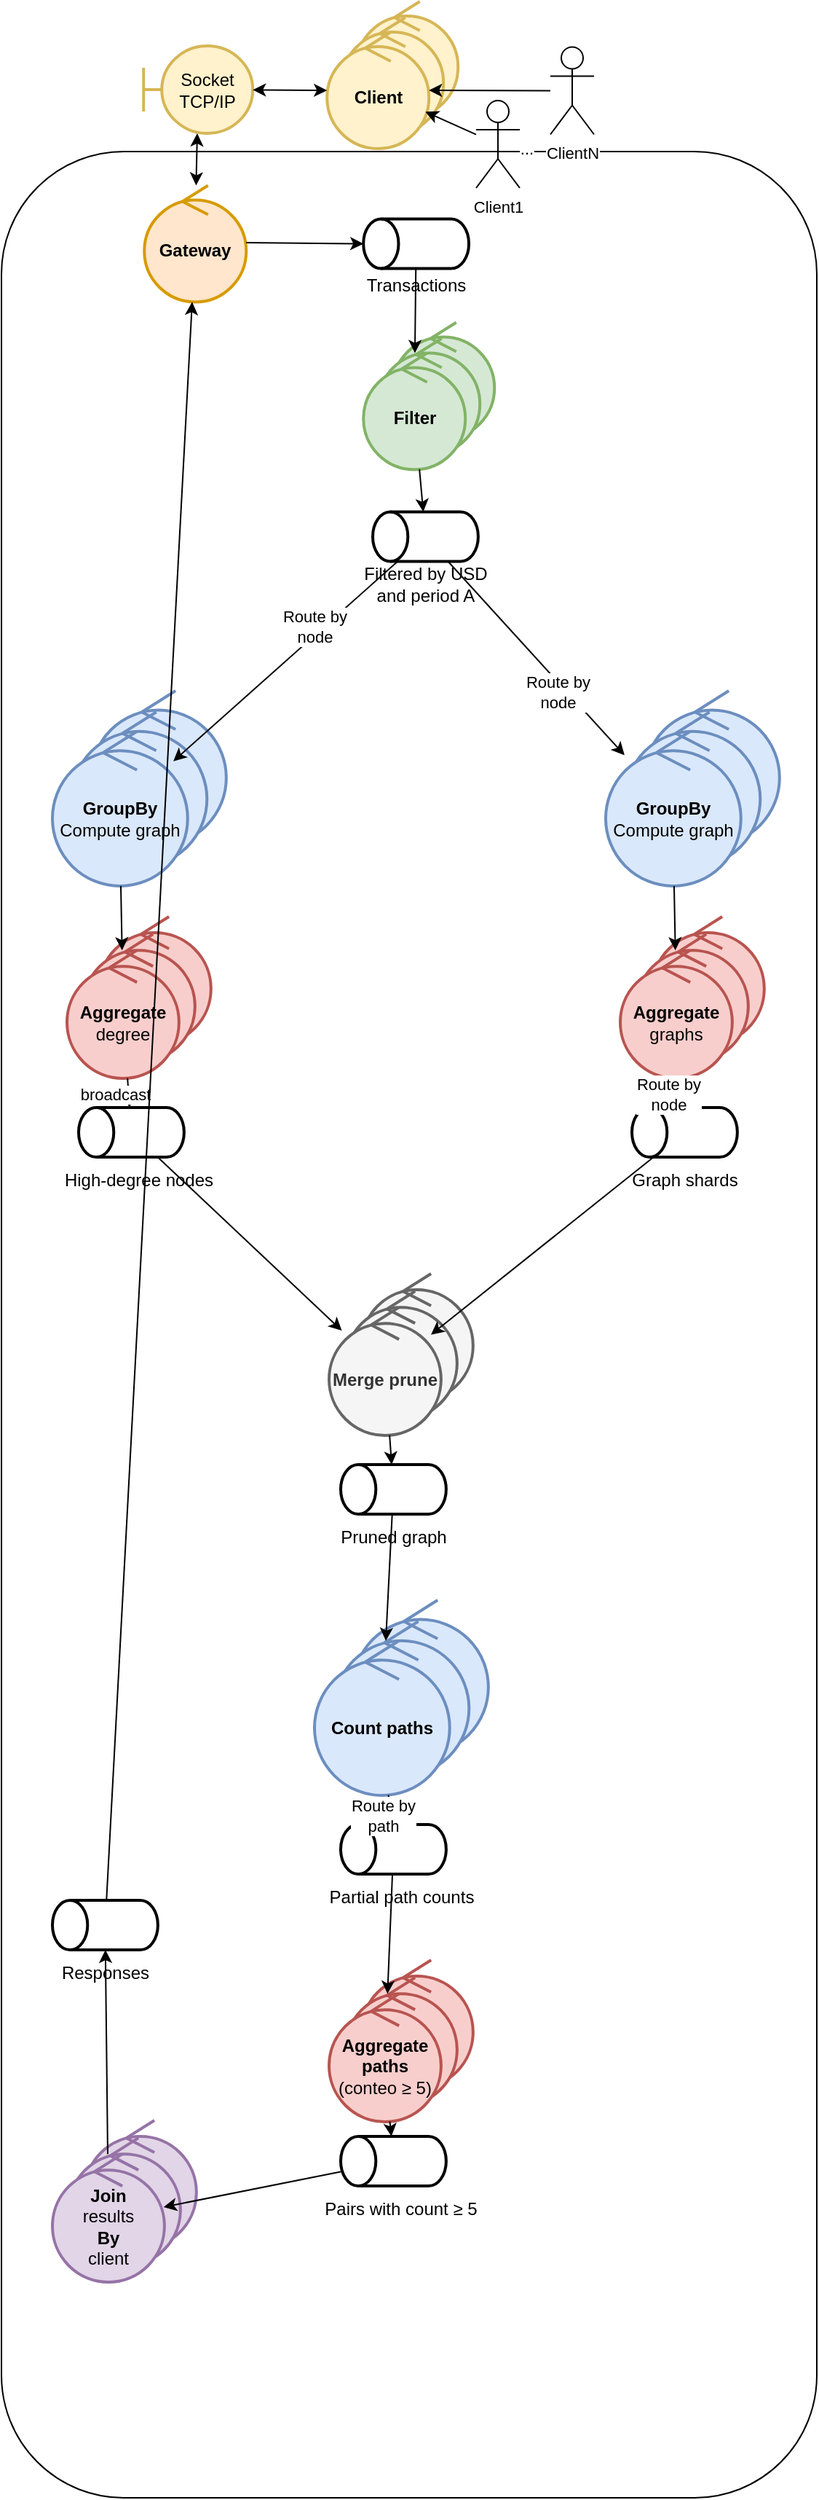
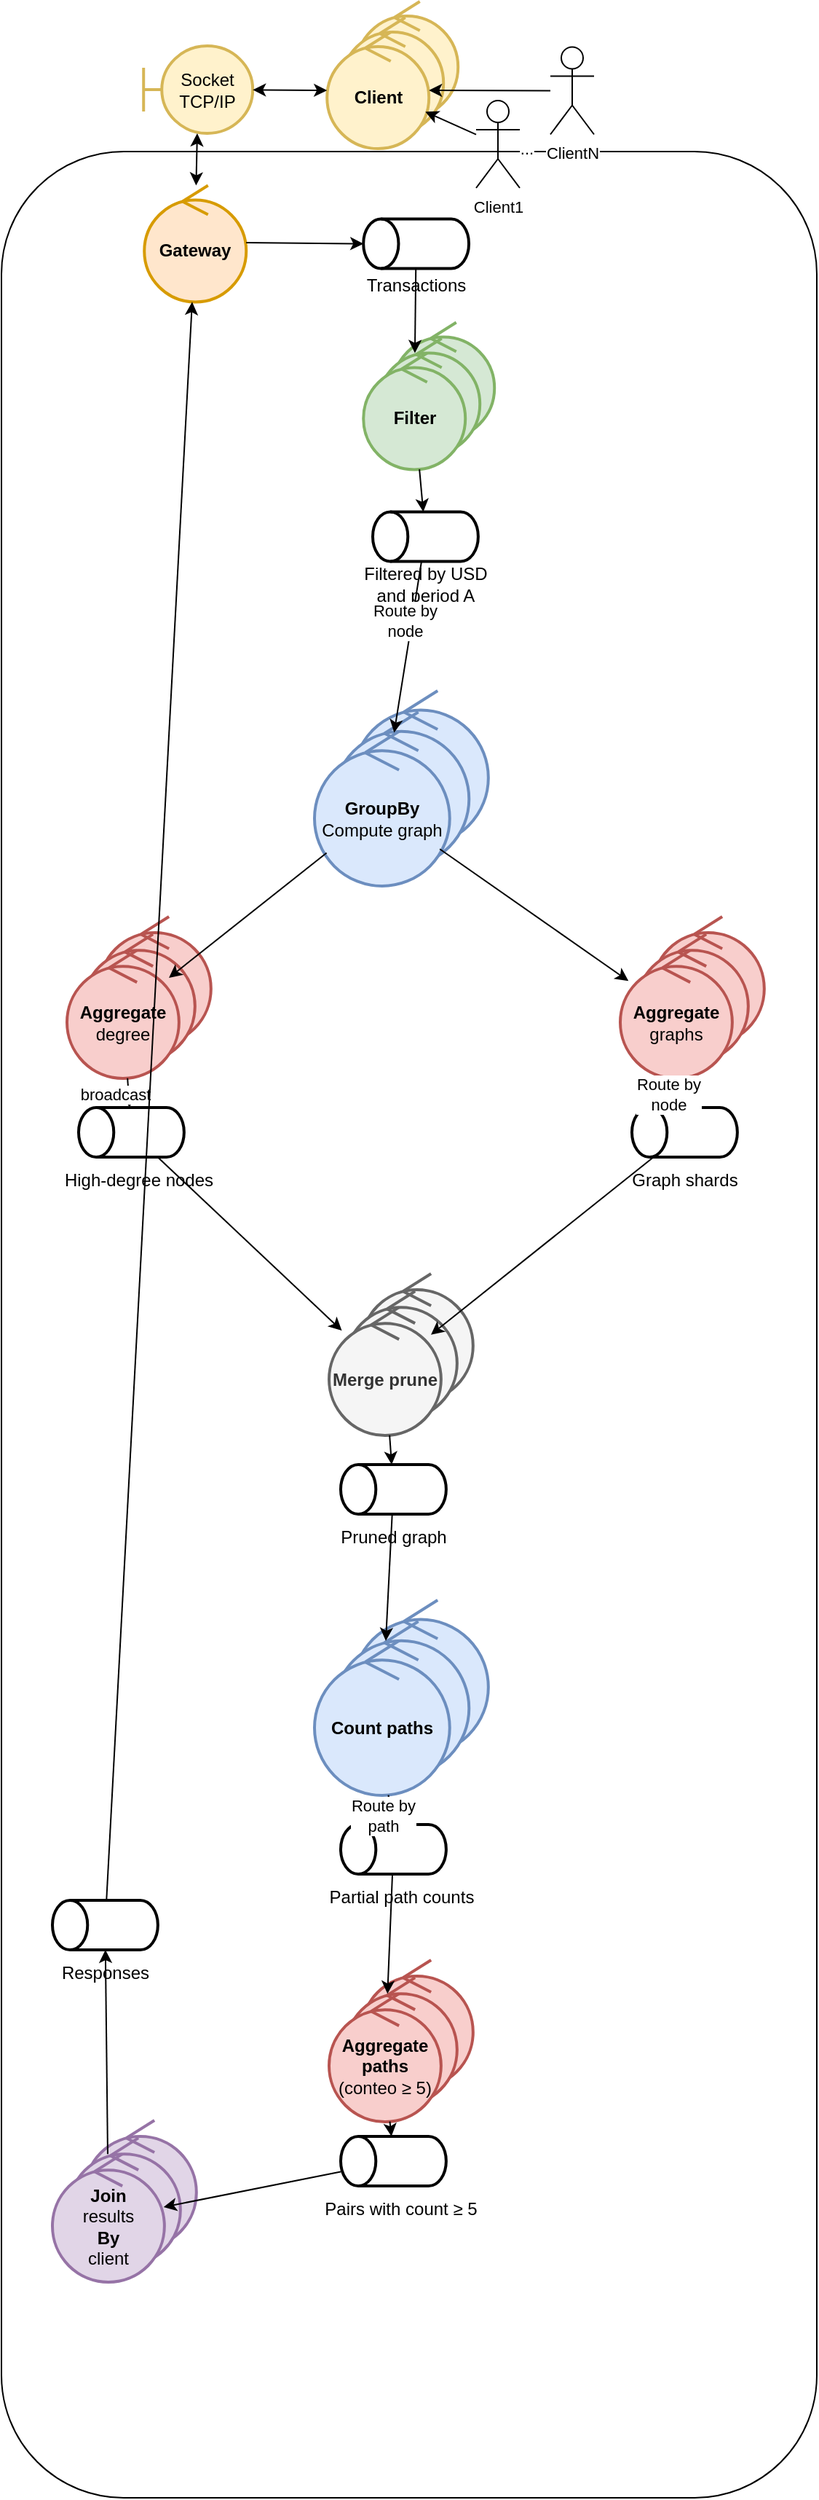
<mxfile host="Electron" version="29.6.1">
  <diagram name="cluster-15" id="cluster-15">
    <mxGraphModel dx="-2990" dy="4608" grid="1" gridSize="10" guides="1" tooltips="1" connect="1" arrows="1" fold="1" page="0" pageScale="1" pageWidth="850" pageHeight="1100" math="0" shadow="0">
      <root>
        <mxCell id="0" />
        <mxCell id="1" parent="0" />


        <mxCell id="m3lEM9vwjJh2p-cHX_Ol-1" parent="1" style="rounded=1;whiteSpace=wrap;html=1;fontFamily=Helvetica;fontSize=11;fontColor=default;labelBackgroundColor=default;fillColor=none;" value="" vertex="1">
          <mxGeometry height="1610" width="560" x="20.00" y="123.00" as="geometry" />
        </mxCell>


        <mxCell id="m3lEM9vwjJh2p-cHX_Ol-491" parent="1" style="shape=umlActor;verticalLabelPosition=bottom;verticalAlign=top;html=1;outlineConnect=0;fontFamily=Helvetica;fontSize=11;fontColor=default;labelBackgroundColor=default;" value="ClientN" vertex="1">
          <mxGeometry height="60" width="30" x="397.00" y="51.25" as="geometry" />
        </mxCell>
        <mxCell id="m3lEM9vwjJh2p-cHX_Ol-492" parent="1" style="shape=umlActor;verticalLabelPosition=bottom;verticalAlign=top;html=1;outlineConnect=0;fontFamily=Helvetica;fontSize=11;fontColor=default;labelBackgroundColor=default;" value="Client1" vertex="1">
          <mxGeometry height="60" width="30" x="346.00" y="88.00" as="geometry" />
        </mxCell>
        <mxCell id="m3lEM9vwjJh2p-cHX_Ol-493" parent="1" style="text;html=1;whiteSpace=wrap;strokeColor=none;fillColor=none;align=center;verticalAlign=middle;rounded=0;fontFamily=Helvetica;fontSize=11;fontColor=default;labelBackgroundColor=default;" value="..." vertex="1">
          <mxGeometry height="30" width="60" x="351.00" y="106.25" as="geometry" />
        </mxCell>


        <mxCell id="m3lEM9vwjJh2p-cHX_Ol-495" connectable="0" parent="1" style="group;strokeWidth=2;" value="" vertex="1">
          <mxGeometry height="101" width="90" x="243.61" y="20.00" as="geometry" />
        </mxCell>
        <mxCell id="m3lEM9vwjJh2p-cHX_Ol-496" parent="m3lEM9vwjJh2p-cHX_Ol-495" style="ellipse;shape=umlControl;whiteSpace=wrap;html=1;strokeWidth=2;fillColor=#fff2cc;strokeColor=#d6b656;" value="" vertex="1">
          <mxGeometry height="80" width="70" x="20" as="geometry" />
        </mxCell>
        <mxCell id="m3lEM9vwjJh2p-cHX_Ol-497" parent="m3lEM9vwjJh2p-cHX_Ol-495" style="ellipse;shape=umlControl;whiteSpace=wrap;html=1;strokeWidth=2;fillColor=#fff2cc;strokeColor=#d6b656;" value="" vertex="1">
          <mxGeometry height="80" width="70" x="10" y="11" as="geometry" />
        </mxCell>
        <mxCell id="m3lEM9vwjJh2p-cHX_Ol-498" parent="m3lEM9vwjJh2p-cHX_Ol-495" style="ellipse;shape=umlControl;whiteSpace=wrap;html=1;strokeWidth=2;fillColor=#fff2cc;strokeColor=#d6b656;" value="&lt;b&gt;Client&lt;/b&gt;" vertex="1">
          <mxGeometry height="80" width="70" y="21" as="geometry" />
        </mxCell>


        <mxCell id="m3lEM9vwjJh2p-cHX_Ol-499" edge="1" parent="1" source="m3lEM9vwjJh2p-cHX_Ol-491" target="m3lEM9vwjJh2p-cHX_Ol-498" style="shape=connector;rounded=0;orthogonalLoop=1;jettySize=auto;html=1;strokeColor=default;align=center;verticalAlign=middle;fontFamily=Helvetica;fontSize=11;fontColor=default;labelBackgroundColor=default;endArrow=classic;">
          <mxGeometry relative="1" as="geometry" />
        </mxCell>

        <mxCell id="m3lEM9vwjJh2p-cHX_Ol-500" edge="1" parent="1" source="m3lEM9vwjJh2p-cHX_Ol-492" target="m3lEM9vwjJh2p-cHX_Ol-498" style="shape=connector;rounded=0;orthogonalLoop=1;jettySize=auto;html=1;strokeColor=default;align=center;verticalAlign=middle;fontFamily=Helvetica;fontSize=11;fontColor=default;labelBackgroundColor=default;endArrow=classic;">
          <mxGeometry relative="1" as="geometry" />
        </mxCell>


        <mxCell id="m3lEM9vwjJh2p-cHX_Ol-436" parent="1" style="shape=umlBoundary;whiteSpace=wrap;html=1;strokeWidth=2;fillColor=#fff2cc;strokeColor=#d6b656;" value="Socket&lt;div&gt;TCP/IP&lt;/div&gt;" vertex="1">
          <mxGeometry height="60" width="75" x="117.61" y="50.50" as="geometry" />
        </mxCell>


        <mxCell id="m3lEM9vwjJh2p-cHX_Ol-494" edge="1" parent="1" source="m3lEM9vwjJh2p-cHX_Ol-498" target="m3lEM9vwjJh2p-cHX_Ol-436" style="shape=connector;rounded=0;orthogonalLoop=1;jettySize=auto;html=1;strokeColor=default;align=center;verticalAlign=middle;fontFamily=Helvetica;fontSize=11;fontColor=default;labelBackgroundColor=default;endArrow=classic;startArrow=classic;startFill=1;">
          <mxGeometry relative="1" as="geometry" />
        </mxCell>


        <mxCell id="m3lEM9vwjJh2p-cHX_Ol-438" parent="1" style="ellipse;shape=umlControl;whiteSpace=wrap;html=1;strokeWidth=2;fillColor=#ffe6cc;strokeColor=#d79b00;" value="&lt;b&gt;Gateway&lt;/b&gt;" vertex="1">
          <mxGeometry height="80" width="70" x="118.12" y="146.25" as="geometry" />
        </mxCell>


        <mxCell id="m3lEM9vwjJh2p-cHX_Ol-435" edge="1" parent="1" source="m3lEM9vwjJh2p-cHX_Ol-436" target="m3lEM9vwjJh2p-cHX_Ol-438" style="shape=connector;rounded=0;orthogonalLoop=1;jettySize=auto;html=1;strokeColor=default;align=center;verticalAlign=middle;fontFamily=Helvetica;fontSize=11;fontColor=default;labelBackgroundColor=default;endArrow=classic;startArrow=classic;startFill=1;">
          <mxGeometry relative="1" as="geometry" />
        </mxCell>


        <mxCell id="m3lEM9vwjJh2p-cHX_Ol-444" connectable="0" parent="1" style="group;strokeWidth=2;" value="" vertex="1">
          <mxGeometry height="61" width="72.43000000000006" x="268.59" y="169.25" as="geometry" />
        </mxCell>
        <mxCell id="m3lEM9vwjJh2p-cHX_Ol-445" parent="m3lEM9vwjJh2p-cHX_Ol-444" style="strokeWidth=2;html=1;shape=mxgraph.flowchart.database;whiteSpace=wrap;rotation=-90;" value="" vertex="1">
          <mxGeometry height="72.43" width="34" x="19.215000000000032" y="-19.215000000000032" as="geometry" />
        </mxCell>
        <mxCell id="m3lEM9vwjJh2p-cHX_Ol-446" parent="m3lEM9vwjJh2p-cHX_Ol-444" style="text;html=1;whiteSpace=wrap;strokeColor=none;fillColor=none;align=center;verticalAlign=middle;rounded=0;fontFamily=Helvetica;fontSize=12;fontColor=default;labelBackgroundColor=default;strokeWidth=2;" value="Transactions" vertex="1">
          <mxGeometry height="30" width="60" x="6.220000000000027" y="31" as="geometry" />
        </mxCell>


        <mxCell id="m3lEM9vwjJh2p-cHX_Ol-437" edge="1" parent="1" source="m3lEM9vwjJh2p-cHX_Ol-438" target="m3lEM9vwjJh2p-cHX_Ol-445" style="edgeStyle=none;shape=connector;rounded=0;orthogonalLoop=1;jettySize=auto;html=1;strokeColor=default;align=center;verticalAlign=middle;fontFamily=Helvetica;fontSize=11;fontColor=default;labelBackgroundColor=default;endArrow=classic;">
          <mxGeometry relative="1" as="geometry" />
        </mxCell>


        <mxCell id="m3lEM9vwjJh2p-cHX_Ol-439" connectable="0" parent="1" style="group;strokeWidth=2;" value="" vertex="1">
          <mxGeometry height="101" width="90" x="268.61" y="240.25" as="geometry" />
        </mxCell>
        <mxCell id="m3lEM9vwjJh2p-cHX_Ol-440" parent="m3lEM9vwjJh2p-cHX_Ol-439" style="ellipse;shape=umlControl;whiteSpace=wrap;html=1;strokeWidth=2;fillColor=#d5e8d4;strokeColor=#82b366;" value="" vertex="1">
          <mxGeometry height="80" width="70" x="20" as="geometry" />
        </mxCell>
        <mxCell id="m3lEM9vwjJh2p-cHX_Ol-441" parent="m3lEM9vwjJh2p-cHX_Ol-439" style="ellipse;shape=umlControl;whiteSpace=wrap;html=1;strokeWidth=2;fillColor=#d5e8d4;strokeColor=#82b366;" value="" vertex="1">
          <mxGeometry height="80" width="70" x="10" y="11" as="geometry" />
        </mxCell>
        <mxCell id="m3lEM9vwjJh2p-cHX_Ol-442" parent="m3lEM9vwjJh2p-cHX_Ol-439" style="ellipse;shape=umlControl;whiteSpace=wrap;html=1;strokeWidth=2;fillColor=#d5e8d4;strokeColor=#82b366;" value="&lt;b&gt;Filter&lt;/b&gt;" vertex="1">
          <mxGeometry height="80" width="70" y="21" as="geometry" />
        </mxCell>


        <mxCell id="m3lEM9vwjJh2p-cHX_Ol-443" edge="1" parent="1" source="m3lEM9vwjJh2p-cHX_Ol-445" target="m3lEM9vwjJh2p-cHX_Ol-442" style="edgeStyle=none;shape=connector;rounded=0;orthogonalLoop=1;jettySize=auto;html=1;strokeColor=default;align=center;verticalAlign=middle;fontFamily=Helvetica;fontSize=11;fontColor=default;labelBackgroundColor=default;endArrow=classic;">
          <mxGeometry relative="1" as="geometry" />
        </mxCell>


        <mxCell id="m3lEM9vwjJh2p-cHX_Ol-453" connectable="0" parent="1" style="group;strokeWidth=2;" value="" vertex="1">
          <mxGeometry height="73" width="83.60999999999993" x="275.00" y="370.25" as="geometry" />
        </mxCell>
        <mxCell id="m3lEM9vwjJh2p-cHX_Ol-454" parent="m3lEM9vwjJh2p-cHX_Ol-453" style="strokeWidth=2;html=1;shape=mxgraph.flowchart.database;whiteSpace=wrap;rotation=-90;" value="" vertex="1">
          <mxGeometry height="72.43" width="34" x="19.215000000000032" y="-19.215000000000032" as="geometry" />
        </mxCell>
        <mxCell id="m3lEM9vwjJh2p-cHX_Ol-455" parent="m3lEM9vwjJh2p-cHX_Ol-453" style="text;html=1;whiteSpace=wrap;strokeColor=none;fillColor=none;align=center;verticalAlign=middle;rounded=0;fontFamily=Helvetica;fontSize=12;fontColor=default;labelBackgroundColor=default;strokeWidth=2;" value="Filtered by USD and period A" vertex="1">
          <mxGeometry height="30" width="94.78" x="-11.170000000000073" y="35" as="geometry" />
        </mxCell>


        <mxCell id="m3lEM9vwjJh2p-cHX_Ol-451" edge="1" parent="1" source="m3lEM9vwjJh2p-cHX_Ol-442" target="m3lEM9vwjJh2p-cHX_Ol-454" style="edgeStyle=none;shape=connector;rounded=0;orthogonalLoop=1;jettySize=auto;html=1;strokeColor=default;align=center;verticalAlign=middle;fontFamily=Helvetica;fontSize=11;fontColor=default;labelBackgroundColor=default;endArrow=classic;">
          <mxGeometry relative="1" as="geometry" />
        </mxCell>


        <mxCell id="rb4-gb-deg" connectable="0" parent="1" style="group" value="" vertex="1">
-           <mxGeometry height="134" width="119.41" x="55.00" y="493.00" as="geometry" />
+           <mxGeometry height="134" width="119.41" x="235.00" y="493.00" as="geometry" />
        </mxCell>
        <mxCell id="rb4-gb-deg-1" parent="rb4-gb-deg" style="ellipse;shape=umlControl;whiteSpace=wrap;html=1;strokeWidth=2;fillColor=#dae8fc;strokeColor=#6c8ebf;" value="" vertex="1">
          <mxGeometry height="106.13861386138612" width="92.87444444444438" x="26.535555555555554" as="geometry" />
        </mxCell>
        <mxCell id="rb4-gb-deg-2" parent="rb4-gb-deg" style="ellipse;shape=umlControl;whiteSpace=wrap;html=1;strokeWidth=2;fillColor=#dae8fc;strokeColor=#6c8ebf;" value="" vertex="1">
          <mxGeometry height="106.13861386138612" width="92.87444444444438" x="13.267777777777777" y="14.59405940594059" as="geometry" />
        </mxCell>
        <mxCell id="rb4-gb-deg-3" parent="rb4-gb-deg" style="ellipse;shape=umlControl;whiteSpace=wrap;html=1;strokeWidth=2;fillColor=#dae8fc;strokeColor=#6c8ebf;" value="&lt;b&gt;GroupBy&lt;/b&gt;&lt;div&gt;Compute graph&lt;/div&gt;" vertex="1">
          <mxGeometry height="106.13861386138612" width="92.87444444444438" y="27.86138613861387" as="geometry" />
        </mxCell>


-         <mxCell id="rb4-gb-grph" connectable="0" parent="1" style="group" value="" vertex="1">
-           <mxGeometry height="134" width="119.41" x="435.00" y="493.00" as="geometry" />
-         </mxCell>
-         <mxCell id="rb4-gb-grph-1" parent="rb4-gb-grph" style="ellipse;shape=umlControl;whiteSpace=wrap;html=1;strokeWidth=2;fillColor=#dae8fc;strokeColor=#6c8ebf;" value="" vertex="1">
-           <mxGeometry height="106.13861386138612" width="92.87444444444438" x="26.535555555555554" as="geometry" />
-         </mxCell>
-         <mxCell id="rb4-gb-grph-2" parent="rb4-gb-grph" style="ellipse;shape=umlControl;whiteSpace=wrap;html=1;strokeWidth=2;fillColor=#dae8fc;strokeColor=#6c8ebf;" value="" vertex="1">
-           <mxGeometry height="106.13861386138612" width="92.87444444444438" x="13.267777777777777" y="14.59405940594059" as="geometry" />
-         </mxCell>
-         <mxCell id="rb4-gb-grph-3" parent="rb4-gb-grph" style="ellipse;shape=umlControl;whiteSpace=wrap;html=1;strokeWidth=2;fillColor=#dae8fc;strokeColor=#6c8ebf;" value="&lt;b&gt;GroupBy&lt;/b&gt;&lt;div&gt;Compute graph&lt;/div&gt;" vertex="1">
-           <mxGeometry height="106.13861386138612" width="92.87444444444438" y="27.86138613861387" as="geometry" />
-         </mxCell>
- 
- 
        <mxCell id="rb4-e1" edge="1" parent="1" source="m3lEM9vwjJh2p-cHX_Ol-454" target="rb4-gb-deg-3" style="edgeStyle=none;shape=connector;rounded=0;orthogonalLoop=1;jettySize=auto;html=1;strokeColor=default;align=center;verticalAlign=middle;fontFamily=Helvetica;fontSize=11;fontColor=default;labelBackgroundColor=default;endArrow=classic;">
          <mxGeometry relative="1" as="geometry" />
        </mxCell>
        <mxCell id="rb4-e1-lbl" connectable="0" parent="rb4-e1" style="edgeLabel;html=1;align=center;verticalAlign=middle;resizable=0;points=[];fontFamily=Helvetica;fontSize=11;fontColor=default;labelBackgroundColor=default;" value="Route by&lt;div&gt;node&lt;/div&gt;" vertex="1">
          <mxGeometry relative="1" x="-0.3" y="-5" as="geometry"><mxPoint as="offset" /></mxGeometry>
        </mxCell>

-         <mxCell id="rb4-e2" edge="1" parent="1" source="m3lEM9vwjJh2p-cHX_Ol-454" target="rb4-gb-grph-3" style="edgeStyle=none;shape=connector;rounded=0;orthogonalLoop=1;jettySize=auto;html=1;strokeColor=default;align=center;verticalAlign=middle;fontFamily=Helvetica;fontSize=11;fontColor=default;labelBackgroundColor=default;endArrow=classic;">
-           <mxGeometry relative="1" as="geometry" />
-         </mxCell>
-         <mxCell id="rb4-e2-lbl" connectable="0" parent="rb4-e2" style="edgeLabel;html=1;align=center;verticalAlign=middle;resizable=0;points=[];fontFamily=Helvetica;fontSize=11;fontColor=default;labelBackgroundColor=default;" value="Route by&lt;div&gt;node&lt;/div&gt;" vertex="1">
-           <mxGeometry relative="1" x="0.3" y="-5" as="geometry"><mxPoint as="offset" /></mxGeometry>
-         </mxCell>
- 
- 
        <mxCell id="rb4-agg-deg" connectable="0" parent="1" style="group;strokeWidth=2;" value="" vertex="1">
          <mxGeometry height="111" width="98.91" x="65.00" y="648.00" as="geometry" />
        </mxCell>
        <mxCell id="rb4-agg-deg-1" parent="rb4-agg-deg" style="ellipse;shape=umlControl;whiteSpace=wrap;html=1;strokeWidth=2;fillColor=#f8cecc;strokeColor=#b85450;" value="" vertex="1">
          <mxGeometry height="87.92079207920793" width="76.92999999999999" x="21.98" as="geometry" />
        </mxCell>
        <mxCell id="rb4-agg-deg-2" parent="rb4-agg-deg" style="ellipse;shape=umlControl;whiteSpace=wrap;html=1;strokeWidth=2;fillColor=#f8cecc;strokeColor=#b85450;" value="" vertex="1">
          <mxGeometry height="87.92079207920793" width="76.92999999999999" x="10.99" y="12.08910891089109" as="geometry" />
        </mxCell>
        <mxCell id="rb4-agg-deg-3" parent="rb4-agg-deg" style="ellipse;shape=umlControl;whiteSpace=wrap;html=1;strokeWidth=2;fillColor=#f8cecc;strokeColor=#b85450;" value="&lt;b&gt;Aggregate&lt;/b&gt;&lt;div&gt;degree&lt;/div&gt;" vertex="1">
          <mxGeometry height="87.92079207920793" width="76.92999999999999" y="23.07920792079208" as="geometry" />
        </mxCell>


        <mxCell id="rb4-agg-grph" connectable="0" parent="1" style="group;strokeWidth=2;" value="" vertex="1">
          <mxGeometry height="111" width="98.91" x="445.00" y="648.00" as="geometry" />
        </mxCell>
        <mxCell id="rb4-agg-grph-1" parent="rb4-agg-grph" style="ellipse;shape=umlControl;whiteSpace=wrap;html=1;strokeWidth=2;fillColor=#f8cecc;strokeColor=#b85450;" value="" vertex="1">
          <mxGeometry height="87.92079207920793" width="76.92999999999999" x="21.98" as="geometry" />
        </mxCell>
        <mxCell id="rb4-agg-grph-2" parent="rb4-agg-grph" style="ellipse;shape=umlControl;whiteSpace=wrap;html=1;strokeWidth=2;fillColor=#f8cecc;strokeColor=#b85450;" value="" vertex="1">
          <mxGeometry height="87.92079207920793" width="76.92999999999999" x="10.99" y="12.08910891089109" as="geometry" />
        </mxCell>
        <mxCell id="rb4-agg-grph-3" parent="rb4-agg-grph" style="ellipse;shape=umlControl;whiteSpace=wrap;html=1;strokeWidth=2;fillColor=#f8cecc;strokeColor=#b85450;" value="&lt;b&gt;Aggregate&lt;/b&gt;&lt;div&gt;graphs&lt;/div&gt;" vertex="1">
          <mxGeometry height="87.92079207920793" width="76.92999999999999" y="23.07920792079208" as="geometry" />
        </mxCell>


        <mxCell id="rb4-e3" edge="1" parent="1" source="rb4-gb-deg-3" target="rb4-agg-deg-3" style="edgeStyle=none;shape=connector;rounded=0;orthogonalLoop=1;jettySize=auto;html=1;strokeColor=default;align=center;verticalAlign=middle;fontFamily=Helvetica;fontSize=11;fontColor=default;labelBackgroundColor=default;endArrow=classic;">
          <mxGeometry relative="1" as="geometry" />
        </mxCell>
-         <mxCell id="rb4-e4" edge="1" parent="1" source="rb4-gb-grph-3" target="rb4-agg-grph-3" style="edgeStyle=none;shape=connector;rounded=0;orthogonalLoop=1;jettySize=auto;html=1;strokeColor=default;align=center;verticalAlign=middle;fontFamily=Helvetica;fontSize=11;fontColor=default;labelBackgroundColor=default;endArrow=classic;">
+         <mxCell id="rb4-e4" edge="1" parent="1" source="rb4-gb-deg-3" target="rb4-agg-grph-3" style="edgeStyle=none;shape=connector;rounded=0;orthogonalLoop=1;jettySize=auto;html=1;strokeColor=default;align=center;verticalAlign=middle;fontFamily=Helvetica;fontSize=11;fontColor=default;labelBackgroundColor=default;endArrow=classic;">
          <mxGeometry relative="1" as="geometry" />
        </mxCell>


        <mxCell id="rb4-hdeg" connectable="0" parent="1" style="group;strokeWidth=2;" value="" vertex="1">
          <mxGeometry height="73" width="83.60999999999993" x="73.00" y="779.00" as="geometry" />
        </mxCell>
        <mxCell id="rb4-hdeg-cyl" parent="rb4-hdeg" style="strokeWidth=2;html=1;shape=mxgraph.flowchart.database;whiteSpace=wrap;rotation=-90;" value="" vertex="1">
          <mxGeometry height="72.43" width="34" x="19.215000000000032" y="-19.215000000000032" as="geometry" />
        </mxCell>
        <mxCell id="rb4-hdeg-lbl" parent="rb4-hdeg" style="text;html=1;whiteSpace=wrap;strokeColor=none;fillColor=none;align=center;verticalAlign=middle;rounded=0;fontFamily=Helvetica;fontSize=12;fontColor=default;labelBackgroundColor=default;strokeWidth=2;" value="High-degree nodes" vertex="1">
          <mxGeometry height="30" width="105" x="-10.695" y="35" as="geometry" />
        </mxCell>


        <mxCell id="rb4-gsh" connectable="0" parent="1" style="group;strokeWidth=2;" value="" vertex="1">
          <mxGeometry height="73" width="83.60999999999993" x="453.00" y="779.00" as="geometry" />
        </mxCell>
        <mxCell id="rb4-gsh-cyl" parent="rb4-gsh" style="strokeWidth=2;html=1;shape=mxgraph.flowchart.database;whiteSpace=wrap;rotation=-90;" value="" vertex="1">
          <mxGeometry height="72.43" width="34" x="19.215000000000032" y="-19.215000000000032" as="geometry" />
        </mxCell>
        <mxCell id="rb4-gsh-lbl" parent="rb4-gsh" style="text;html=1;whiteSpace=wrap;strokeColor=none;fillColor=none;align=center;verticalAlign=middle;rounded=0;fontFamily=Helvetica;fontSize=12;fontColor=default;labelBackgroundColor=default;strokeWidth=2;" value="Graph shards" vertex="1">
          <mxGeometry height="30" width="94.78" x="-11.17" y="35" as="geometry" />
        </mxCell>


        <mxCell id="rb4-e5" edge="1" parent="1" source="rb4-agg-deg-3" target="rb4-hdeg-cyl" style="edgeStyle=none;shape=connector;rounded=0;orthogonalLoop=1;jettySize=auto;html=1;strokeColor=default;align=center;verticalAlign=middle;fontFamily=Helvetica;fontSize=11;fontColor=default;labelBackgroundColor=default;endArrow=classic;">
          <mxGeometry relative="1" as="geometry" />
        </mxCell>
        <mxCell id="rb4-e5-lbl" connectable="0" parent="rb4-e5" style="edgeLabel;html=1;align=center;verticalAlign=middle;resizable=0;points=[];fontFamily=Helvetica;fontSize=11;fontColor=default;labelBackgroundColor=default;" value="broadcast" vertex="1">
          <mxGeometry relative="1" x="0" y="-10" as="geometry"><mxPoint as="offset" /></mxGeometry>
        </mxCell>

        <mxCell id="rb4-e6" edge="1" parent="1" source="rb4-agg-grph-3" target="rb4-gsh-cyl" style="edgeStyle=none;shape=connector;rounded=0;orthogonalLoop=1;jettySize=auto;html=1;strokeColor=default;align=center;verticalAlign=middle;fontFamily=Helvetica;fontSize=11;fontColor=default;labelBackgroundColor=default;endArrow=classic;">
          <mxGeometry relative="1" as="geometry" />
        </mxCell>
        <mxCell id="rb4-e6-lbl" connectable="0" parent="rb4-e6" style="edgeLabel;html=1;align=center;verticalAlign=middle;resizable=0;points=[];fontFamily=Helvetica;fontSize=11;fontColor=default;labelBackgroundColor=default;" value="Route by&lt;div&gt;node&lt;/div&gt;" vertex="1">
          <mxGeometry relative="1" x="0" y="-10" as="geometry"><mxPoint as="offset" /></mxGeometry>
        </mxCell>


        <mxCell id="rb4-merge" connectable="0" parent="1" style="group;strokeWidth=2;" value="" vertex="1">
          <mxGeometry height="111" width="98.91" x="245.00" y="893.00" as="geometry" />
        </mxCell>
        <mxCell id="rb4-merge-1" parent="rb4-merge" style="ellipse;shape=umlControl;whiteSpace=wrap;html=1;strokeWidth=2;fillColor=#f5f5f5;strokeColor=#666666;fontColor=#333333;" value="" vertex="1">
          <mxGeometry height="87.92079207920793" width="76.92999999999999" x="21.98" as="geometry" />
        </mxCell>
        <mxCell id="rb4-merge-2" parent="rb4-merge" style="ellipse;shape=umlControl;whiteSpace=wrap;html=1;strokeWidth=2;fillColor=#f5f5f5;strokeColor=#666666;fontColor=#333333;" value="" vertex="1">
          <mxGeometry height="87.92079207920793" width="76.92999999999999" x="10.99" y="12.08910891089109" as="geometry" />
        </mxCell>
        <mxCell id="rb4-merge-3" parent="rb4-merge" style="ellipse;shape=umlControl;whiteSpace=wrap;html=1;strokeWidth=2;fillColor=#f5f5f5;strokeColor=#666666;fontColor=#333333;" value="&lt;b&gt;Merge prune&lt;/b&gt;" vertex="1">
          <mxGeometry height="87.92079207920793" width="76.92999999999999" y="23.07920792079208" as="geometry" />
        </mxCell>


        <mxCell id="rb4-e7" edge="1" parent="1" source="rb4-hdeg-cyl" target="rb4-merge-3" style="edgeStyle=none;shape=connector;rounded=0;orthogonalLoop=1;jettySize=auto;html=1;strokeColor=default;align=center;verticalAlign=middle;fontFamily=Helvetica;fontSize=11;fontColor=default;labelBackgroundColor=default;endArrow=classic;">
          <mxGeometry relative="1" as="geometry" />
        </mxCell>
        <mxCell id="rb4-e8" edge="1" parent="1" source="rb4-gsh-cyl" target="rb4-merge-3" style="edgeStyle=none;shape=connector;rounded=0;orthogonalLoop=1;jettySize=auto;html=1;strokeColor=default;align=center;verticalAlign=middle;fontFamily=Helvetica;fontSize=11;fontColor=default;labelBackgroundColor=default;endArrow=classic;">
          <mxGeometry relative="1" as="geometry" />
        </mxCell>


        <mxCell id="rb4-prune" connectable="0" parent="1" style="group;strokeWidth=2;" value="" vertex="1">
          <mxGeometry height="73" width="83.60999999999993" x="253.00" y="1024.00" as="geometry" />
        </mxCell>
        <mxCell id="rb4-prune-cyl" parent="rb4-prune" style="strokeWidth=2;html=1;shape=mxgraph.flowchart.database;whiteSpace=wrap;rotation=-90;" value="" vertex="1">
          <mxGeometry height="72.43" width="34" x="19.215000000000032" y="-19.215000000000032" as="geometry" />
        </mxCell>
        <mxCell id="rb4-prune-lbl" parent="rb4-prune" style="text;html=1;whiteSpace=wrap;strokeColor=none;fillColor=none;align=center;verticalAlign=middle;rounded=0;fontFamily=Helvetica;fontSize=12;fontColor=default;labelBackgroundColor=default;strokeWidth=2;" value="Pruned graph" vertex="1">
          <mxGeometry height="30" width="94.78" x="-11.17" y="35" as="geometry" />
        </mxCell>

        <mxCell id="rb4-e9" edge="1" parent="1" source="rb4-merge-3" target="rb4-prune-cyl" style="edgeStyle=none;shape=connector;rounded=0;orthogonalLoop=1;jettySize=auto;html=1;strokeColor=default;align=center;verticalAlign=middle;fontFamily=Helvetica;fontSize=11;fontColor=default;labelBackgroundColor=default;endArrow=classic;">
          <mxGeometry relative="1" as="geometry" />
        </mxCell>


        <mxCell id="rb4-count" connectable="0" parent="1" style="group" value="" vertex="1">
          <mxGeometry height="134" width="119.41" x="235.00" y="1117.00" as="geometry" />
        </mxCell>
        <mxCell id="rb4-count-1" parent="rb4-count" style="ellipse;shape=umlControl;whiteSpace=wrap;html=1;strokeWidth=2;fillColor=#dae8fc;strokeColor=#6c8ebf;" value="" vertex="1">
          <mxGeometry height="106.13861386138612" width="92.87444444444438" x="26.535555555555554" as="geometry" />
        </mxCell>
        <mxCell id="rb4-count-2" parent="rb4-count" style="ellipse;shape=umlControl;whiteSpace=wrap;html=1;strokeWidth=2;fillColor=#dae8fc;strokeColor=#6c8ebf;" value="" vertex="1">
          <mxGeometry height="106.13861386138612" width="92.87444444444438" x="13.267777777777777" y="14.59405940594059" as="geometry" />
        </mxCell>
        <mxCell id="rb4-count-3" parent="rb4-count" style="ellipse;shape=umlControl;whiteSpace=wrap;html=1;strokeWidth=2;fillColor=#dae8fc;strokeColor=#6c8ebf;" value="&lt;b&gt;Count paths&lt;/b&gt;" vertex="1">
          <mxGeometry height="106.13861386138612" width="92.87444444444438" y="27.86138613861387" as="geometry" />
        </mxCell>

        <mxCell id="rb4-e10" edge="1" parent="1" source="rb4-prune-cyl" target="rb4-count-3" style="edgeStyle=none;shape=connector;rounded=0;orthogonalLoop=1;jettySize=auto;html=1;strokeColor=default;align=center;verticalAlign=middle;fontFamily=Helvetica;fontSize=11;fontColor=default;labelBackgroundColor=default;endArrow=classic;">
          <mxGeometry relative="1" as="geometry" />
        </mxCell>


        <mxCell id="rb4-partial" connectable="0" parent="1" style="group;strokeWidth=2;" value="" vertex="1">
          <mxGeometry height="73" width="83.60999999999993" x="253.00" y="1271.00" as="geometry" />
        </mxCell>
        <mxCell id="rb4-partial-cyl" parent="rb4-partial" style="strokeWidth=2;html=1;shape=mxgraph.flowchart.database;whiteSpace=wrap;rotation=-90;" value="" vertex="1">
          <mxGeometry height="72.43" width="34" x="19.215000000000032" y="-19.215000000000032" as="geometry" />
        </mxCell>
        <mxCell id="rb4-partial-lbl" parent="rb4-partial" style="text;html=1;whiteSpace=wrap;strokeColor=none;fillColor=none;align=center;verticalAlign=middle;rounded=0;fontFamily=Helvetica;fontSize=12;fontColor=default;labelBackgroundColor=default;strokeWidth=2;" value="Partial path counts" vertex="1">
          <mxGeometry height="30" width="110" x="-13.195" y="35" as="geometry" />
        </mxCell>

        <mxCell id="rb4-e11" edge="1" parent="1" source="rb4-count-3" target="rb4-partial-cyl" style="edgeStyle=none;shape=connector;rounded=0;orthogonalLoop=1;jettySize=auto;html=1;strokeColor=default;align=center;verticalAlign=middle;fontFamily=Helvetica;fontSize=11;fontColor=default;labelBackgroundColor=default;endArrow=classic;">
          <mxGeometry relative="1" as="geometry" />
        </mxCell>
        <mxCell id="rb4-e11-lbl" connectable="0" parent="rb4-e11" style="edgeLabel;html=1;align=center;verticalAlign=middle;resizable=0;points=[];fontFamily=Helvetica;fontSize=11;fontColor=default;labelBackgroundColor=default;" value="Route by&lt;div&gt;path&lt;/div&gt;" vertex="1">
          <mxGeometry relative="1" x="0.35" y="-5" as="geometry"><mxPoint as="offset" /></mxGeometry>
        </mxCell>


        <mxCell id="rb4-aggp" connectable="0" parent="1" style="group;strokeWidth=2;" value="" vertex="1">
          <mxGeometry height="111" width="98.91" x="245.00" y="1364.00" as="geometry" />
        </mxCell>
        <mxCell id="rb4-aggp-1" parent="rb4-aggp" style="ellipse;shape=umlControl;whiteSpace=wrap;html=1;strokeWidth=2;fillColor=#f8cecc;strokeColor=#b85450;" value="" vertex="1">
          <mxGeometry height="87.92079207920793" width="76.92999999999999" x="21.98" as="geometry" />
        </mxCell>
        <mxCell id="rb4-aggp-2" parent="rb4-aggp" style="ellipse;shape=umlControl;whiteSpace=wrap;html=1;strokeWidth=2;fillColor=#f8cecc;strokeColor=#b85450;" value="" vertex="1">
          <mxGeometry height="87.92079207920793" width="76.92999999999999" x="10.99" y="12.08910891089109" as="geometry" />
        </mxCell>
        <mxCell id="rb4-aggp-3" parent="rb4-aggp" style="ellipse;shape=umlControl;whiteSpace=wrap;html=1;strokeWidth=2;fillColor=#f8cecc;strokeColor=#b85450;" value="&lt;b&gt;Aggregate paths&lt;/b&gt;&lt;div&gt;(conteo &amp;#8805; 5)&lt;/div&gt;" vertex="1">
          <mxGeometry height="87.92079207920793" width="76.92999999999999" y="23.07920792079208" as="geometry" />
        </mxCell>

        <mxCell id="rb4-e12" edge="1" parent="1" source="rb4-partial-cyl" target="rb4-aggp-3" style="edgeStyle=none;shape=connector;rounded=0;orthogonalLoop=1;jettySize=auto;html=1;strokeColor=default;align=center;verticalAlign=middle;fontFamily=Helvetica;fontSize=11;fontColor=default;labelBackgroundColor=default;endArrow=classic;">
          <mxGeometry relative="1" as="geometry" />
        </mxCell>


        <mxCell id="rb4-pairs" connectable="0" parent="1" style="group;strokeWidth=2;" value="" vertex="1">
          <mxGeometry height="73" width="83.60999999999993" x="253.00" y="1485.00" as="geometry" />
        </mxCell>
        <mxCell id="rb4-pairs-cyl" parent="rb4-pairs" style="strokeWidth=2;html=1;shape=mxgraph.flowchart.database;whiteSpace=wrap;rotation=-90;" value="" vertex="1">
          <mxGeometry height="72.43" width="34" x="19.215000000000032" y="-19.215000000000032" as="geometry" />
        </mxCell>
        <mxCell id="rb4-pairs-lbl" parent="rb4-pairs" style="text;html=1;whiteSpace=wrap;strokeColor=none;fillColor=none;align=center;verticalAlign=middle;rounded=0;fontFamily=Helvetica;fontSize=12;fontColor=default;labelBackgroundColor=default;strokeWidth=2;" value="Pairs with count &amp;#8805; 5" vertex="1">
          <mxGeometry height="30" width="115" x="-15.695" y="35" as="geometry" />
        </mxCell>

        <mxCell id="rb4-e13" edge="1" parent="1" source="rb4-aggp-3" target="rb4-pairs-cyl" style="edgeStyle=none;shape=connector;rounded=0;orthogonalLoop=1;jettySize=auto;html=1;strokeColor=default;align=center;verticalAlign=middle;fontFamily=Helvetica;fontSize=11;fontColor=default;labelBackgroundColor=default;endArrow=classic;">
          <mxGeometry relative="1" as="geometry" />
        </mxCell>


        <mxCell id="m3lEM9vwjJh2p-cHX_Ol-447" connectable="0" parent="1" style="group;strokeWidth=2;" value="" vertex="1">
          <mxGeometry height="111" width="98.91" x="55.00" y="1474.00" as="geometry" />
        </mxCell>
        <mxCell id="m3lEM9vwjJh2p-cHX_Ol-448" parent="m3lEM9vwjJh2p-cHX_Ol-447" style="ellipse;shape=umlControl;whiteSpace=wrap;html=1;strokeWidth=2;fillColor=#e1d5e7;strokeColor=#9673a6;" value="" vertex="1">
          <mxGeometry height="87.92079207920793" width="76.92999999999999" x="21.98" as="geometry" />
        </mxCell>
        <mxCell id="m3lEM9vwjJh2p-cHX_Ol-449" parent="m3lEM9vwjJh2p-cHX_Ol-447" style="ellipse;shape=umlControl;whiteSpace=wrap;html=1;strokeWidth=2;fillColor=#e1d5e7;strokeColor=#9673a6;" value="" vertex="1">
          <mxGeometry height="87.92079207920793" width="76.92999999999999" x="10.99" y="12.08910891089109" as="geometry" />
        </mxCell>
        <mxCell id="m3lEM9vwjJh2p-cHX_Ol-450" parent="m3lEM9vwjJh2p-cHX_Ol-447" style="ellipse;shape=umlControl;whiteSpace=wrap;html=1;strokeWidth=2;fillColor=#e1d5e7;strokeColor=#9673a6;" value="&lt;b&gt;Join&lt;/b&gt;&lt;div&gt;results&lt;br&gt;&lt;div&gt;&lt;b&gt;By&lt;/b&gt;&lt;/div&gt;&lt;div&gt;client&lt;/div&gt;&lt;/div&gt;" vertex="1">
          <mxGeometry height="87.92079207920793" width="76.92999999999999" y="23.07920792079208" as="geometry" />
        </mxCell>


        <mxCell id="rb4-e14" edge="1" parent="1" source="rb4-pairs-cyl" target="m3lEM9vwjJh2p-cHX_Ol-450" style="edgeStyle=none;shape=connector;rounded=0;orthogonalLoop=1;jettySize=auto;html=1;strokeColor=default;align=center;verticalAlign=middle;fontFamily=Helvetica;fontSize=11;fontColor=default;labelBackgroundColor=default;endArrow=classic;">
          <mxGeometry relative="1" as="geometry" />
        </mxCell>


        <mxCell id="m3lEM9vwjJh2p-cHX_Ol-487" connectable="0" parent="1" style="group;strokeWidth=2;" value="" vertex="1">
          <mxGeometry height="73" width="83.60999999999993" x="55.00" y="1323.00" as="geometry" />
        </mxCell>
        <mxCell id="m3lEM9vwjJh2p-cHX_Ol-488" parent="m3lEM9vwjJh2p-cHX_Ol-487" style="strokeWidth=2;html=1;shape=mxgraph.flowchart.database;whiteSpace=wrap;rotation=-90;" value="" vertex="1">
          <mxGeometry height="72.43" width="34" x="19.215000000000032" y="-19.215000000000032" as="geometry" />
        </mxCell>
        <mxCell id="m3lEM9vwjJh2p-cHX_Ol-489" parent="m3lEM9vwjJh2p-cHX_Ol-487" style="text;html=1;whiteSpace=wrap;strokeColor=none;fillColor=none;align=center;verticalAlign=middle;rounded=0;fontFamily=Helvetica;fontSize=12;fontColor=default;labelBackgroundColor=default;strokeWidth=2;" value="Responses" vertex="1">
          <mxGeometry height="30" width="94.78" x="-11.170000000000073" y="35" as="geometry" />
        </mxCell>


        <mxCell id="m3lEM9vwjJh2p-cHX_Ol-486" edge="1" parent="1" source="m3lEM9vwjJh2p-cHX_Ol-450" target="m3lEM9vwjJh2p-cHX_Ol-488" style="edgeStyle=none;shape=connector;rounded=0;orthogonalLoop=1;jettySize=auto;html=1;strokeColor=default;align=center;verticalAlign=middle;fontFamily=Helvetica;fontSize=11;fontColor=default;labelBackgroundColor=default;endArrow=classic;">
          <mxGeometry relative="1" as="geometry" />
        </mxCell>


        <mxCell id="m3lEM9vwjJh2p-cHX_Ol-490" edge="1" parent="1" source="m3lEM9vwjJh2p-cHX_Ol-488" target="m3lEM9vwjJh2p-cHX_Ol-438" style="edgeStyle=none;shape=connector;rounded=0;orthogonalLoop=1;jettySize=auto;html=1;strokeColor=default;align=center;verticalAlign=middle;fontFamily=Helvetica;fontSize=11;fontColor=default;labelBackgroundColor=default;endArrow=classic;">
          <mxGeometry relative="1" as="geometry" />
        </mxCell>

      </root>
    </mxGraphModel>
  </diagram>
</mxfile>